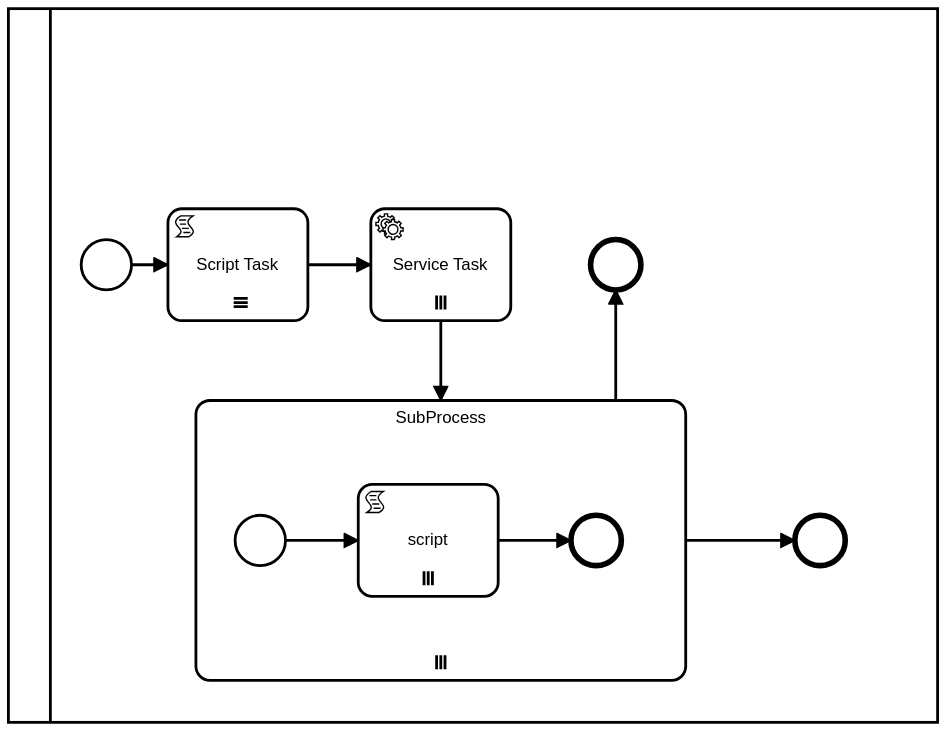
The BPMN diagram processes/loop.svg in bpmnServer/bpmn-web, before a commit. Its source is kept beside it as processes/loop.bpmn. Ids are renumbered. Source of this version:
```xml
<bpmn:definitions xmlns:xsi="http://www.w3.org/2001/XMLSchema-instance" xmlns:bpmn="http://www.omg.org/spec/BPMN/20100524/MODEL" xmlns:bpmndi="http://www.omg.org/spec/BPMN/20100524/DI" xmlns:dc="http://www.omg.org/spec/DD/20100524/DC" xmlns:di="http://www.omg.org/spec/DD/20100524/DI" xmlns:camunda="http://camunda.org/schema/1.0/bpmn" id="Definitions_n1" targetNamespace="http://bpmn.io/schema/bpmn" exporter="bpmn-js (https://demo.bpmn.io)" exporterVersion="7.2.0">
  <bpmn:collaboration id="Collaboration_n2">
    <bpmn:participant id="Participant_n3" processRef="Process_n4" />
  </bpmn:collaboration>
  <bpmn:process id="Process_n4" isExecutable="false">
    <bpmn:startEvent id="StartEvent_n5">
      <bpmn:extensionElements>
        <camunda:executionListener event="start">
          <camunda:script scriptFormat="JavaScript">console.log("This is the start event");
          this.token.appendData({records:[1,2,3,4,5]});
          console.log('=====from script',this.token.data);
          this.log("====This is the start event");</camunda:script>
        </camunda:executionListener>
      </bpmn:extensionElements>
      <bpmn:outgoing>Flow_n6</bpmn:outgoing>
    </bpmn:startEvent>
    <bpmn:scriptTask id="script_task" name="Script Task" scriptFormat="JavaScript">
      <bpmn:incoming>Flow_n6</bpmn:incoming>
      <bpmn:outgoing>Flow_n7</bpmn:outgoing>
      <bpmn:multiInstanceLoopCharacteristics isSequential="true" camunda:collection="$(item.data.records)" />
      <bpmn:script>this.log('this is a script task'+item.seq);</bpmn:script>
    </bpmn:scriptTask>
    <bpmn:serviceTask id="service_task" name="Service Task" camunda:delegateExpression="serviceX">
      <bpmn:incoming>Flow_n7</bpmn:incoming>
      <bpmn:outgoing>Flow_n8</bpmn:outgoing>
      <bpmn:multiInstanceLoopCharacteristics camunda:collection="$(this.data.records)" />
    </bpmn:serviceTask>
    <bpmn:endEvent id="Event_n9">
      <bpmn:incoming>Flow_n10</bpmn:incoming>
    </bpmn:endEvent>
    <bpmn:sequenceFlow id="Flow_n8" sourceRef="service_task" targetRef="SubProcess" />
    <bpmn:sequenceFlow id="Flow_n7" sourceRef="script_task" targetRef="service_task" />
    <bpmn:sequenceFlow id="Flow_n6" sourceRef="StartEvent_n5" targetRef="script_task" />
    <bpmn:subProcess id="SubProcess" name="SubProcess">
      <bpmn:incoming>Flow_n8</bpmn:incoming>
      <bpmn:outgoing>Flow_n10</bpmn:outgoing>
      <bpmn:outgoing>Flow_n11</bpmn:outgoing>
      <bpmn:multiInstanceLoopCharacteristics camunda:collection="[&#39;A&#39;,&#39;B&#39;,&#39;C&#39;]" />
      <bpmn:startEvent id="Event_n12">
        <bpmn:outgoing>Flow_n13</bpmn:outgoing>
      </bpmn:startEvent>
      <bpmn:sequenceFlow id="Flow_n13" sourceRef="Event_n12" targetRef="Sub_script" />
      <bpmn:endEvent id="Event_n14">
        <bpmn:incoming>Flow_n15</bpmn:incoming>
      </bpmn:endEvent>
      <bpmn:sequenceFlow id="Flow_n15" sourceRef="Sub_script" targetRef="Event_n14" />
      <bpmn:scriptTask id="Sub_script" name="script" scriptFormat="JavaScript">
        <bpmn:incoming>Flow_n13</bpmn:incoming>
        <bpmn:outgoing>Flow_n15</bpmn:outgoing>
        <bpmn:multiInstanceLoopCharacteristics camunda:collection="[1,2]" />
        <bpmn:script>console.log('Script:',item.data);</bpmn:script>
      </bpmn:scriptTask>
    </bpmn:subProcess>
    <bpmn:sequenceFlow id="Flow_n10" sourceRef="SubProcess" targetRef="Event_n9" />
    <bpmn:endEvent id="Event_n16">
      <bpmn:incoming>Flow_n11</bpmn:incoming>
    </bpmn:endEvent>
    <bpmn:sequenceFlow id="Flow_n11" sourceRef="SubProcess" targetRef="Event_n16" />
  </bpmn:process>
  <bpmndi:BPMNDiagram id="BPMNDiagram_1">
    <bpmndi:BPMNPlane id="BPMNPlane_1" bpmnElement="Collaboration_n2">
      <bpmndi:BPMNShape id="Participant_n3_di" bpmnElement="Participant_n3" isHorizontal="true">
        <dc:Bounds x="180" y="0" width="664" height="510" />
      </bpmndi:BPMNShape>
      <bpmndi:BPMNEdge id="Flow_n10_di" bpmnElement="Flow_n10">
        <di:waypoint x="614" y="280" />
        <di:waypoint x="614" y="201" />
      </bpmndi:BPMNEdge>
      <bpmndi:BPMNEdge id="Flow_n6_di" bpmnElement="Flow_n6">
        <di:waypoint x="268" y="183" />
        <di:waypoint x="294" y="183" />
        <bpmndi:BPMNLabel>
          <dc:Bounds x="212" y="129" width="90" height="20" />
        </bpmndi:BPMNLabel>
      </bpmndi:BPMNEdge>
      <bpmndi:BPMNEdge id="Flow_n7_di" bpmnElement="Flow_n7">
        <di:waypoint x="394" y="183" />
        <di:waypoint x="419" y="183" />
        <di:waypoint x="419" y="183" />
        <di:waypoint x="439" y="183" />
        <bpmndi:BPMNLabel>
          <dc:Bounds x="365" y="144" width="90" height="20" />
        </bpmndi:BPMNLabel>
      </bpmndi:BPMNEdge>
      <bpmndi:BPMNEdge id="Flow_n8_di" bpmnElement="Flow_n8">
        <di:waypoint x="489" y="223" />
        <di:waypoint x="489" y="280" />
        <bpmndi:BPMNLabel>
          <dc:Bounds x="498.5" y="129" width="90" height="20" />
        </bpmndi:BPMNLabel>
      </bpmndi:BPMNEdge>
      <bpmndi:BPMNEdge id="Flow_n11_di" bpmnElement="Flow_n11">
        <di:waypoint x="664" y="380" />
        <di:waypoint x="742" y="380" />
      </bpmndi:BPMNEdge>
      <bpmndi:BPMNShape id="_BPMNShape_StartEvent_2" bpmnElement="StartEvent_n5">
        <dc:Bounds x="232" y="165" width="36" height="36" />
        <bpmndi:BPMNLabel>
          <dc:Bounds x="181" y="172" width="90" height="20" />
        </bpmndi:BPMNLabel>
      </bpmndi:BPMNShape>
      <bpmndi:BPMNShape id="script_task_di" bpmnElement="script_task">
        <dc:Bounds x="294" y="143" width="100" height="80" />
      </bpmndi:BPMNShape>
      <bpmndi:BPMNShape id="service_task_di" bpmnElement="service_task">
        <dc:Bounds x="439" y="143" width="100" height="80" />
      </bpmndi:BPMNShape>
      <bpmndi:BPMNShape id="Event_n9_di" bpmnElement="Event_n9">
        <dc:Bounds x="596" y="165" width="36" height="36" />
        <bpmndi:BPMNLabel>
          <dc:Bounds x="545" y="172" width="90" height="20" />
        </bpmndi:BPMNLabel>
      </bpmndi:BPMNShape>
      <bpmndi:BPMNShape id="Event_n16_di" bpmnElement="Event_n16">
        <dc:Bounds x="742" y="362" width="36" height="36" />
      </bpmndi:BPMNShape>
      <bpmndi:BPMNShape id="Activity_0ej3q6j_di" bpmnElement="SubProcess" isExpanded="true">
        <dc:Bounds x="314" y="280" width="350" height="200" />
      </bpmndi:BPMNShape>
      <bpmndi:BPMNEdge id="Flow_n15_di" bpmnElement="Flow_n15">
        <di:waypoint x="530" y="380" />
        <di:waypoint x="582" y="380" />
      </bpmndi:BPMNEdge>
      <bpmndi:BPMNEdge id="Flow_n13_di" bpmnElement="Flow_n13">
        <di:waypoint x="378" y="380" />
        <di:waypoint x="430" y="380" />
      </bpmndi:BPMNEdge>
      <bpmndi:BPMNShape id="Event_n12_di" bpmnElement="Event_n12">
        <dc:Bounds x="342" y="362" width="36" height="36" />
      </bpmndi:BPMNShape>
      <bpmndi:BPMNShape id="Event_n14_di" bpmnElement="Event_n14">
        <dc:Bounds x="582" y="362" width="36" height="36" />
      </bpmndi:BPMNShape>
      <bpmndi:BPMNShape id="Activity_08mjzw4_di" bpmnElement="Sub_script">
        <dc:Bounds x="430" y="340" width="100" height="80" />
      </bpmndi:BPMNShape>
    </bpmndi:BPMNPlane>
  </bpmndi:BPMNDiagram>
</bpmn:definitions>
```
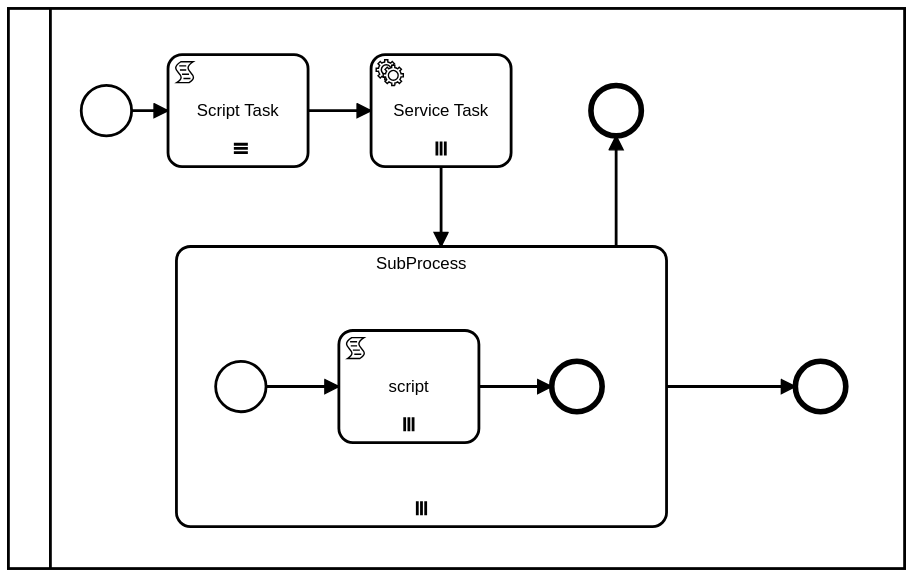
The same diagram one commit later.

Change to the diagram source:
```diff
@@ -31,6 +31,11 @@
     <bpmn:sequenceFlow id="Flow_n8" sourceRef="service_task" targetRef="SubProcess" />
     <bpmn:sequenceFlow id="Flow_n7" sourceRef="script_task" targetRef="service_task" />
     <bpmn:sequenceFlow id="Flow_n6" sourceRef="StartEvent_n5" targetRef="script_task" />
+    <bpmn:sequenceFlow id="Flow_n10" sourceRef="SubProcess" targetRef="Event_n9" />
+    <bpmn:endEvent id="Event_n16">
+      <bpmn:incoming>Flow_n11</bpmn:incoming>
+    </bpmn:endEvent>
+    <bpmn:sequenceFlow id="Flow_n11" sourceRef="SubProcess" targetRef="Event_n16" />
     <bpmn:subProcess id="SubProcess" name="SubProcess">
       <bpmn:incoming>Flow_n8</bpmn:incoming>
       <bpmn:outgoing>Flow_n10</bpmn:outgoing>
@@ -51,17 +56,16 @@
         <bpmn:script>console.log('Script:',item.data);</bpmn:script>
       </bpmn:scriptTask>
     </bpmn:subProcess>
-    <bpmn:sequenceFlow id="Flow_n10" sourceRef="SubProcess" targetRef="Event_n9" />
-    <bpmn:endEvent id="Event_n16">
-      <bpmn:incoming>Flow_n11</bpmn:incoming>
-    </bpmn:endEvent>
-    <bpmn:sequenceFlow id="Flow_n11" sourceRef="SubProcess" targetRef="Event_n16" />
   </bpmn:process>
   <bpmndi:BPMNDiagram id="BPMNDiagram_1">
     <bpmndi:BPMNPlane id="BPMNPlane_1" bpmnElement="Collaboration_n2">
       <bpmndi:BPMNShape id="Participant_n3_di" bpmnElement="Participant_n3" isHorizontal="true">
-        <dc:Bounds x="180" y="0" width="664" height="510" />
+        <dc:Bounds x="180" y="110" width="640" height="400" />
       </bpmndi:BPMNShape>
+      <bpmndi:BPMNEdge id="Flow_n11_di" bpmnElement="Flow_n11">
+        <di:waypoint x="650" y="380" />
+        <di:waypoint x="742" y="380" />
+      </bpmndi:BPMNEdge>
       <bpmndi:BPMNEdge id="Flow_n10_di" bpmnElement="Flow_n10">
         <di:waypoint x="614" y="280" />
         <di:waypoint x="614" y="201" />
@@ -89,10 +93,6 @@
           <dc:Bounds x="498.5" y="129" width="90" height="20" />
         </bpmndi:BPMNLabel>
       </bpmndi:BPMNEdge>
-      <bpmndi:BPMNEdge id="Flow_n11_di" bpmnElement="Flow_n11">
-        <di:waypoint x="664" y="380" />
-        <di:waypoint x="742" y="380" />
-      </bpmndi:BPMNEdge>
       <bpmndi:BPMNShape id="_BPMNShape_StartEvent_2" bpmnElement="StartEvent_n5">
         <dc:Bounds x="232" y="165" width="36" height="36" />
         <bpmndi:BPMNLabel>
@@ -115,24 +115,24 @@
         <dc:Bounds x="742" y="362" width="36" height="36" />
       </bpmndi:BPMNShape>
       <bpmndi:BPMNShape id="Activity_0ej3q6j_di" bpmnElement="SubProcess" isExpanded="true">
-        <dc:Bounds x="314" y="280" width="350" height="200" />
+        <dc:Bounds x="300" y="280" width="350" height="200" />
       </bpmndi:BPMNShape>
       <bpmndi:BPMNEdge id="Flow_n15_di" bpmnElement="Flow_n15">
-        <di:waypoint x="530" y="380" />
-        <di:waypoint x="582" y="380" />
+        <di:waypoint x="516" y="380" />
+        <di:waypoint x="568" y="380" />
       </bpmndi:BPMNEdge>
       <bpmndi:BPMNEdge id="Flow_n13_di" bpmnElement="Flow_n13">
-        <di:waypoint x="378" y="380" />
-        <di:waypoint x="430" y="380" />
+        <di:waypoint x="364" y="380" />
+        <di:waypoint x="416" y="380" />
       </bpmndi:BPMNEdge>
       <bpmndi:BPMNShape id="Event_n12_di" bpmnElement="Event_n12">
-        <dc:Bounds x="342" y="362" width="36" height="36" />
+        <dc:Bounds x="328" y="362" width="36" height="36" />
       </bpmndi:BPMNShape>
       <bpmndi:BPMNShape id="Event_n14_di" bpmnElement="Event_n14">
-        <dc:Bounds x="582" y="362" width="36" height="36" />
+        <dc:Bounds x="568" y="362" width="36" height="36" />
       </bpmndi:BPMNShape>
       <bpmndi:BPMNShape id="Activity_08mjzw4_di" bpmnElement="Sub_script">
-        <dc:Bounds x="430" y="340" width="100" height="80" />
+        <dc:Bounds x="416" y="340" width="100" height="80" />
       </bpmndi:BPMNShape>
     </bpmndi:BPMNPlane>
   </bpmndi:BPMNDiagram>
```
